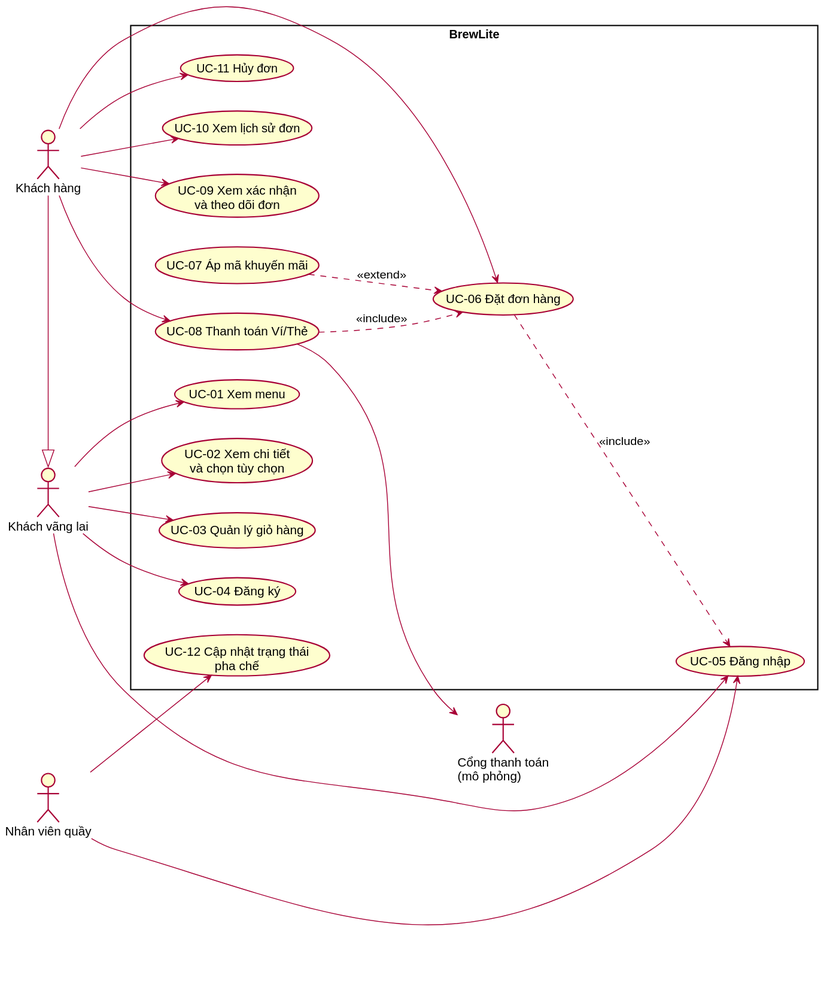
Earlier version of the PlantUML export docs/diagrams/use-case-overview.svg (dinh-hung-116/BrewLite-Assignment2). The source it was exported from:
```plantuml
@startuml use-case-overview
left to right direction
skinparam packageStyle rectangle
skinparam shadowing false
actor "Khách vãng lai" as Guest
actor "Khách hàng" as Customer
actor "Nhân viên quầy" as Staff
actor "Cổng thanh toán\n(mô phỏng)" as Pay
Customer -|> Guest

rectangle "BrewLite" {
  usecase "UC-01 Xem menu" as UC01
  usecase "UC-02 Xem chi tiết\nvà chọn tùy chọn" as UC02
  usecase "UC-03 Quản lý giỏ hàng" as UC03
  usecase "UC-04 Đăng ký" as UC04
  usecase "UC-05 Đăng nhập" as UC05
  usecase "UC-06 Đặt đơn hàng" as UC06
  usecase "UC-07 Áp mã khuyến mãi" as UC07
  usecase "UC-08 Thanh toán Ví/Thẻ" as UC08
  usecase "UC-09 Xem xác nhận\nvà theo dõi đơn" as UC09
  usecase "UC-10 Xem lịch sử đơn" as UC10
  usecase "UC-11 Hủy đơn" as UC11
  usecase "UC-12 Cập nhật trạng thái\npha chế" as UC12
}

Guest --> UC01
Guest --> UC02
Guest --> UC03
Guest --> UC04
Guest --> UC05
Customer --> UC06
Customer --> UC08
Customer --> UC09
Customer --> UC10
Customer --> UC11
Staff --> UC05
Staff --> UC12
UC08 --> Pay

UC06 ..> UC05 : <<include>>
UC07 ..> UC06 : <<extend>>
UC08 ..> UC06 : <<include>>
@enduml
```
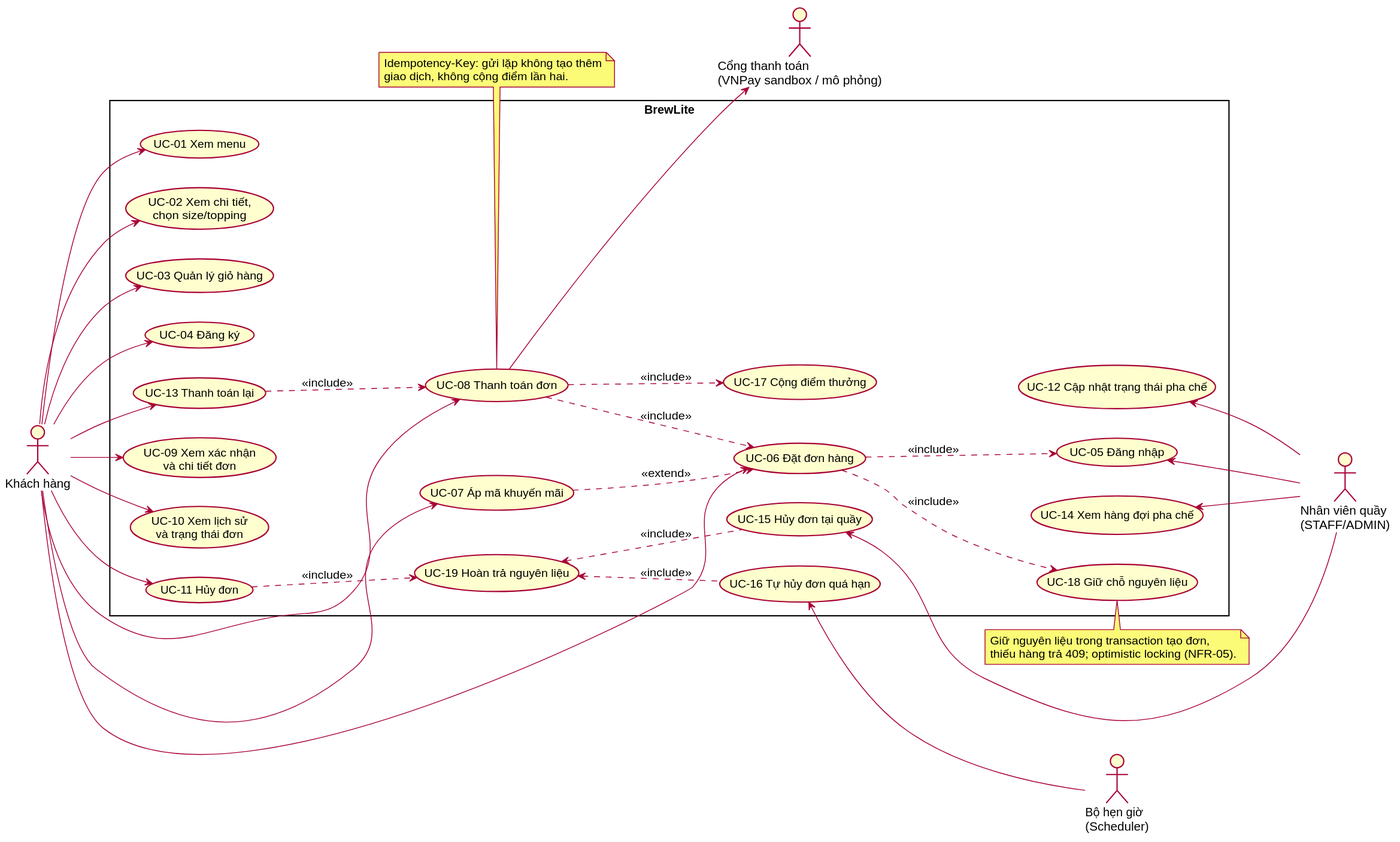
Above is the later version.

Commit message:
docs(requirements): dựng lại use case theo 19 User Story của A1

The edit, as a diff of the source:
```diff
@@ -1,43 +1,71 @@
 @startuml use-case-overview
 left to right direction
-skinparam packageStyle rectangle
 skinparam shadowing false
-actor "Khách vãng lai" as Guest
+skinparam usecaseFontSize 13
 actor "Khách hàng" as Customer
-actor "Nhân viên quầy" as Staff
-actor "Cổng thanh toán\n(mô phỏng)" as Pay
-Customer -|> Guest
+actor "Nhân viên quầy\n(STAFF/ADMIN)" as Staff
+actor "Cổng thanh toán\n(VNPay sandbox / mô phỏng)" as Pay
+actor "Bộ hẹn giờ\n(Scheduler)" as Scheduler
 
 rectangle "BrewLite" {
   usecase "UC-01 Xem menu" as UC01
-  usecase "UC-02 Xem chi tiết\nvà chọn tùy chọn" as UC02
+  usecase "UC-02 Xem chi tiết,\nchọn size/topping" as UC02
   usecase "UC-03 Quản lý giỏ hàng" as UC03
   usecase "UC-04 Đăng ký" as UC04
+  usecase "UC-07 Áp mã khuyến mãi" as UC07
+  usecase "UC-06 Đặt đơn hàng" as UC06
+  usecase "UC-13 Thanh toán lại" as UC13
+  usecase "UC-08 Thanh toán đơn" as UC08
+  usecase "UC-09 Xem xác nhận\nvà chi tiết đơn" as UC09
+  usecase "UC-10 Xem lịch sử\nvà trạng thái đơn" as UC10
+  usecase "UC-11 Hủy đơn" as UC11
   usecase "UC-05 Đăng nhập" as UC05
-  usecase "UC-06 Đặt đơn hàng" as UC06
-  usecase "UC-07 Áp mã khuyến mãi" as UC07
-  usecase "UC-08 Thanh toán Ví/Thẻ" as UC08
-  usecase "UC-09 Xem xác nhận\nvà theo dõi đơn" as UC09
-  usecase "UC-10 Xem lịch sử đơn" as UC10
-  usecase "UC-11 Hủy đơn" as UC11
-  usecase "UC-12 Cập nhật trạng thái\npha chế" as UC12
+  usecase "UC-17 Cộng điểm thưởng" as UC17
+  usecase "UC-18 Giữ chỗ nguyên liệu" as UC18
+  usecase "UC-19 Hoàn trả nguyên liệu" as UC19
+  usecase "UC-14 Xem hàng đợi pha chế" as UC14
+  usecase "UC-12 Cập nhật trạng thái pha chế" as UC12
+  usecase "UC-15 Hủy đơn tại quầy" as UC15
+  usecase "UC-16 Tự hủy đơn quá hạn" as UC16
 }
 
-Guest --> UC01
-Guest --> UC02
-Guest --> UC03
-Guest --> UC04
-Guest --> UC05
+Customer --> UC01
+Customer --> UC02
+Customer --> UC03
+Customer --> UC04
+Customer --> UC07
 Customer --> UC06
+Customer --> UC13
 Customer --> UC08
 Customer --> UC09
 Customer --> UC10
 Customer --> UC11
-Staff --> UC05
-Staff --> UC12
+
+UC07 ..> UC06 : <<extend>>
+UC13 ..> UC08 : <<include>>
+UC06 ..> UC05 : <<include>>
+UC06 ..> UC18 : <<include>>
+UC08 ..> UC06 : <<include>>
+UC08 ..> UC17 : <<include>>
+UC11 ..> UC19 : <<include>>
+UC19 <.. UC15 : <<include>>
+UC19 <.. UC16 : <<include>>
+
+UC06 -[hidden]-> UC14
+UC06 -[hidden]-> UC12
 UC08 --> Pay
+UC05 <-- Staff
+UC14 <-- Staff
+UC12 <-- Staff
+UC15 <-- Staff
+UC16 <-- Scheduler
 
-UC06 ..> UC05 : <<include>>
-UC07 ..> UC06 : <<extend>>
-UC08 ..> UC06 : <<include>>
+note top of UC18
+  Giữ nguyên liệu trong transaction tạo đơn,
+  thiếu hàng trả 409; optimistic locking (NFR-05).
+end note
+note top of UC08
+  Idempotency-Key: gửi lặp không tạo thêm
+  giao dịch, không cộng điểm lần hai.
+end note
 @enduml
```
